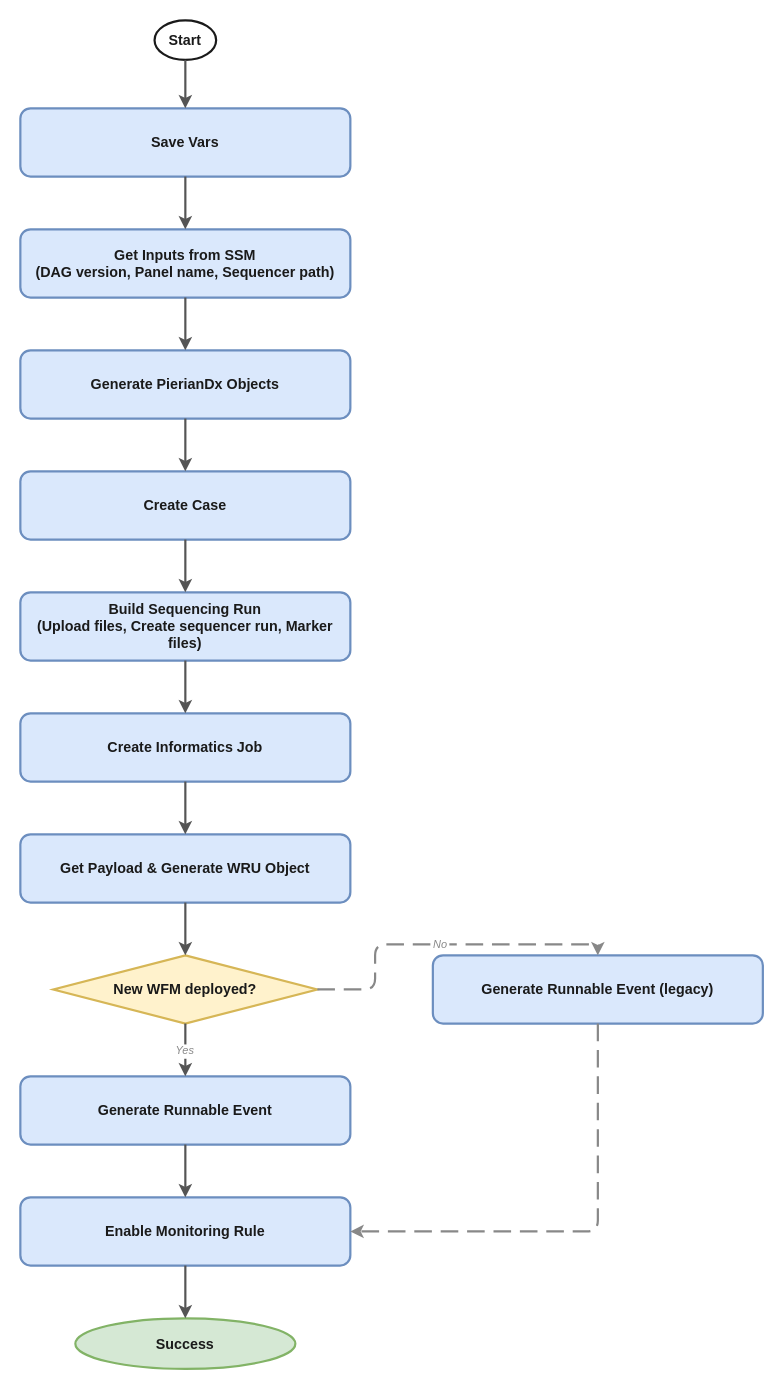
Above: docs/draw-io-exports/launch-pieriandx-from-ready-event.drawio in OrcaBus/service-pieriandx-tso500-ctdna-pipeline-manager (draw.io), before the change. Source tidied: cells renumbered, new cells numbered last; positions are measured from the earlier drawing's top-left corner, leaving out a move shared by most shapes. Both pictures are drawn from the tidied source at 110%, with x=0, y=0 at pixel (20, 20).
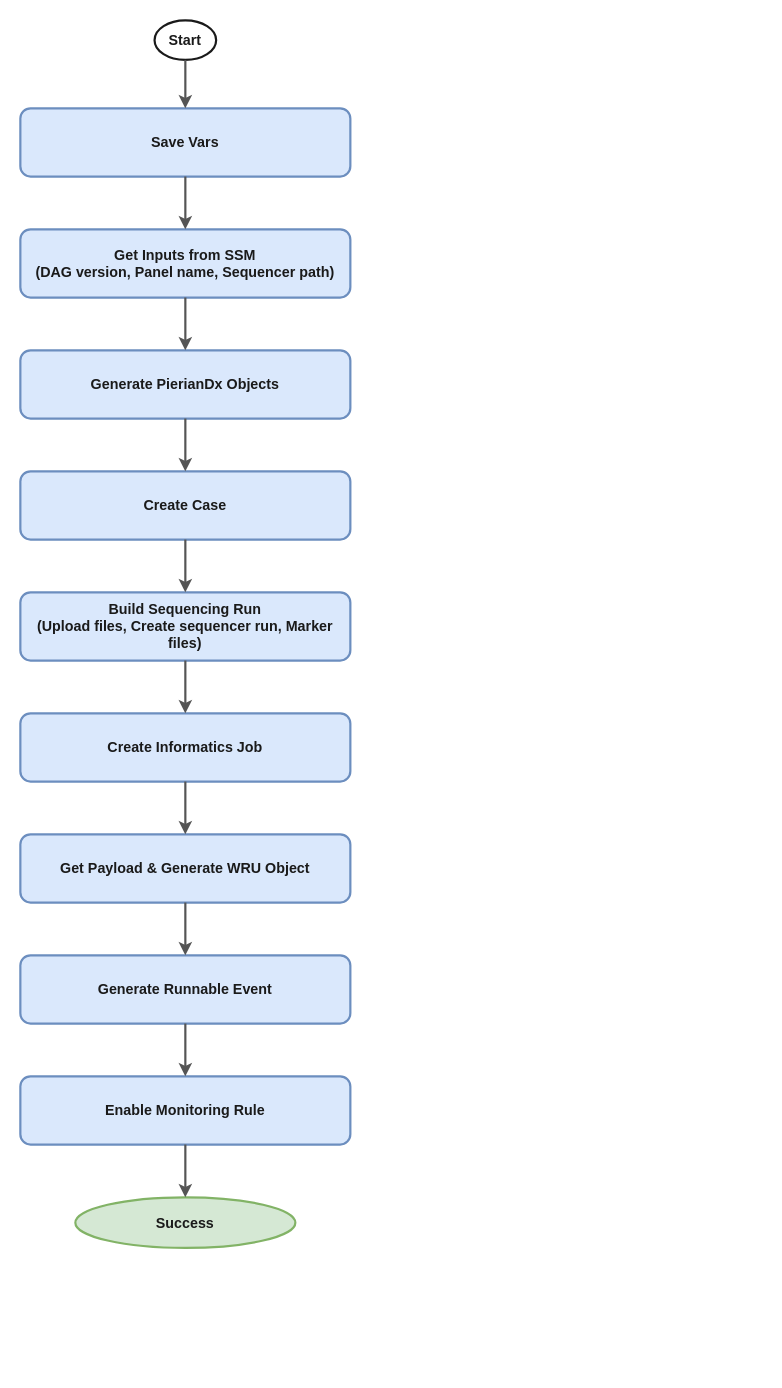
The same diagram, later.

Commit message (it also covers changes not shown here):
Update monitor-pdx-runs and launch-pdx-from-ready-event drawio docs

Diff of the diagram source:
```diff
@@
-    <mxCell id="10" value="New WFM deployed?" style="rhombus;whiteSpace=wrap;html=1;fillColor=#fff2cc;strokeColor=#d6b656;strokeWidth=2;fontSize=13;fontStyle=1;fontColor=#1a1a1a;" parent="1" vertex="1">
-      <mxGeometry x="30" y="850" width="240" height="62" as="geometry" />
+    <mxCell id="10" value="Generate Runnable Event" style="rounded=1;whiteSpace=wrap;html=1;fillColor=#dae8fc;strokeColor=#6c8ebf;strokeWidth=2;fontSize=13;fontStyle=1;fontColor=#1a1a1a;" parent="1" vertex="1">
+      <mxGeometry y="850" width="300" height="62" as="geometry" />
     </mxCell>
-    <mxCell id="11" value="Generate Runnable Event" style="rounded=1;whiteSpace=wrap;html=1;fillColor=#dae8fc;strokeColor=#6c8ebf;strokeWidth=2;fontSize=13;fontStyle=1;fontColor=#1a1a1a;" parent="1" vertex="1">
+    <mxCell id="11" value="Enable Monitoring Rule" style="rounded=1;whiteSpace=wrap;html=1;fillColor=#dae8fc;strokeColor=#6c8ebf;strokeWidth=2;fontSize=13;fontStyle=1;fontColor=#1a1a1a;" parent="1" vertex="1">
       <mxGeometry y="960" width="300" height="62" as="geometry" />
     </mxCell>
-    <mxCell id="12" value="Generate Runnable Event (legacy)" style="rounded=1;whiteSpace=wrap;html=1;fillColor=#dae8fc;strokeColor=#6c8ebf;strokeWidth=2;fontSize=13;fontStyle=1;fontColor=#1a1a1a;" parent="1" vertex="1">
-      <mxGeometry x="375" y="850" width="300" height="62" as="geometry" />
+    <mxCell id="12" value="Success" style="ellipse;whiteSpace=wrap;html=1;fillColor=#d5e8d4;strokeColor=#82b366;strokeWidth=2;fontSize=13;fontStyle=1;fontColor=#1a1a1a;arcSize=50;" parent="1" vertex="1">
+      <mxGeometry x="50" y="1070" width="200" height="46" as="geometry" />
     </mxCell>
-    <mxCell id="13" value="Enable Monitoring Rule" style="rounded=1;whiteSpace=wrap;html=1;fillColor=#dae8fc;strokeColor=#6c8ebf;strokeWidth=2;fontSize=13;fontStyle=1;fontColor=#1a1a1a;" parent="1" vertex="1">
-      <mxGeometry y="1070" width="300" height="62" as="geometry" />
-    </mxCell>
-    <mxCell id="14" value="Success" style="ellipse;whiteSpace=wrap;html=1;fillColor=#d5e8d4;strokeColor=#82b366;strokeWidth=2;fontSize=13;fontStyle=1;fontColor=#1a1a1a;arcSize=50;" parent="1" vertex="1">
-      <mxGeometry x="50" y="1180" width="200" height="46" as="geometry" />
-    </mxCell>
@@
-    <mxCell id="23" value="Yes" style="edgeStyle=orthogonalEdgeStyle;strokeColor=#555555;strokeWidth=2;fontSize=10;fontColor=#888888;fontStyle=2;exitX=0.5;exitY=1;exitDx=0;exitDy=0;entryX=0.5;entryY=0;entryDx=0;entryDy=0;" parent="1" edge="1" source="10" target="11">
+    <mxCell id="23" style="edgeStyle=orthogonalEdgeStyle;strokeColor=#555555;strokeWidth=2;exitX=0.5;exitY=1;exitDx=0;exitDy=0;entryX=0.5;entryY=0;entryDx=0;entryDy=0;" parent="1" edge="1" source="10" target="11">
       <mxGeometry relative="1" as="geometry" />
     </mxCell>
-    <mxCell id="24" value="No" style="edgeStyle=orthogonalEdgeStyle;strokeColor=#888888;strokeWidth=2;dashed=1;dashPattern=8 4;fontSize=10;fontColor=#888888;fontStyle=2;exitX=1;exitY=0.5;exitDx=0;exitDy=0;entryX=0.5;entryY=0;entryDx=0;entryDy=0;" parent="1" edge="1" source="10" target="12">
+    <mxCell id="24" style="edgeStyle=orthogonalEdgeStyle;strokeColor=#555555;strokeWidth=2;exitX=0.5;exitY=1;exitDx=0;exitDy=0;entryX=0.5;entryY=0;entryDx=0;entryDy=0;" parent="1" edge="1" source="11" target="12">
       <mxGeometry relative="1" as="geometry" />
     </mxCell>
-    <mxCell id="25" style="edgeStyle=orthogonalEdgeStyle;strokeColor=#888888;strokeWidth=2;dashed=1;dashPattern=8 4;exitX=0.5;exitY=1;exitDx=0;exitDy=0;entryX=1;entryY=0.5;entryDx=0;entryDy=0;" parent="1" edge="1" source="12" target="13">
-      <mxGeometry relative="1" as="geometry" />
-    </mxCell>
-    <mxCell id="26" style="edgeStyle=orthogonalEdgeStyle;strokeColor=#555555;strokeWidth=2;exitX=0.5;exitY=1;exitDx=0;exitDy=0;entryX=0.5;entryY=0;entryDx=0;entryDy=0;" parent="1" edge="1" source="11" target="13">
-      <mxGeometry relative="1" as="geometry" />
-    </mxCell>
-    <mxCell id="27" style="edgeStyle=orthogonalEdgeStyle;strokeColor=#555555;strokeWidth=2;exitX=0.5;exitY=1;exitDx=0;exitDy=0;entryX=0.5;entryY=0;entryDx=0;entryDy=0;" parent="1" edge="1" source="13" target="14">
-      <mxGeometry relative="1" as="geometry" />
-    </mxCell>
```
